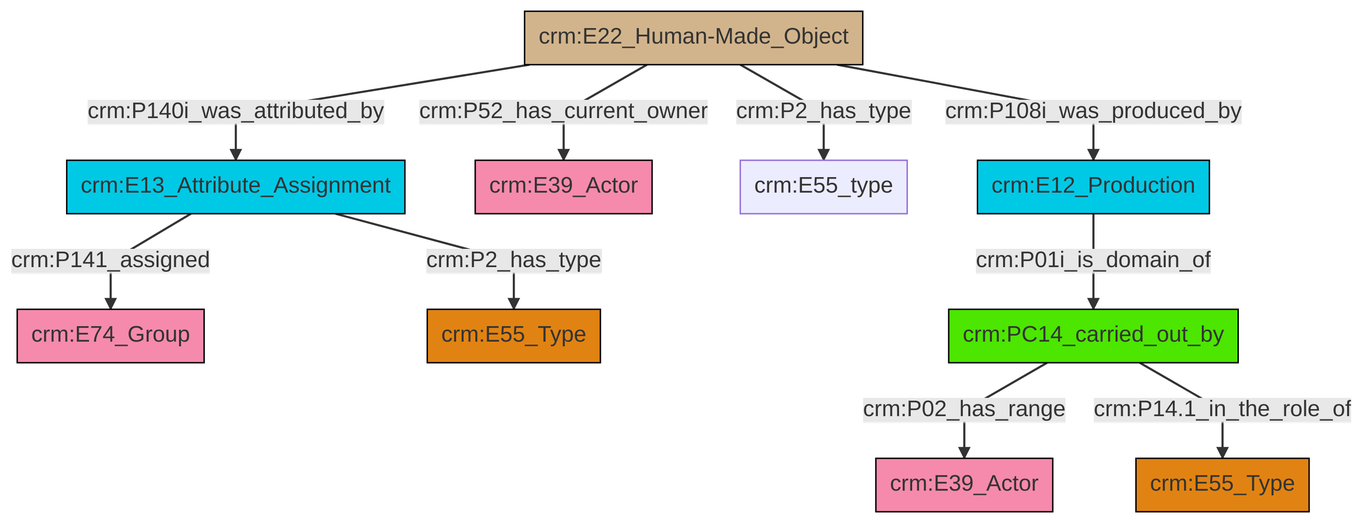
The Mermaid diagram et/builtWorkCSV/ttl/mmd/png/Built_Work_actor_relations.png in swiss-art-research-net/reference-data-models, before a commit. Its source is kept beside it as et/builtWorkCSV/ttl/mmd/Built_Work_actor_relations.ttl.mmd.
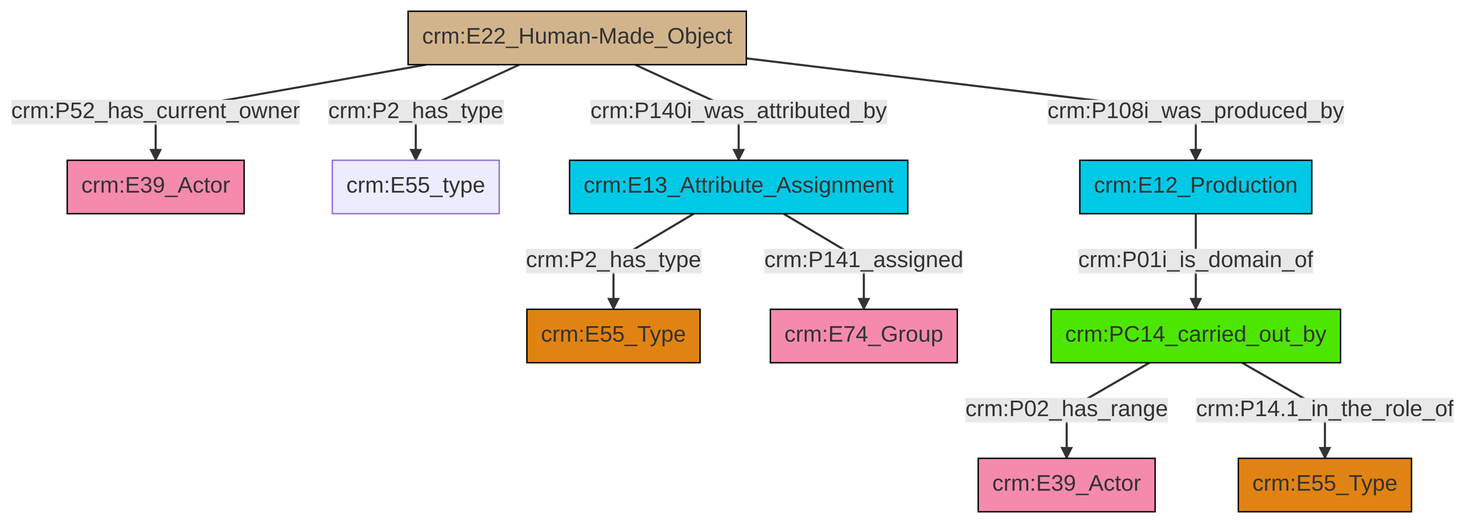
After the commit.

What changed in the source:
```diff
@@ -13,12 +13,12 @@
 classDef PC_Classes fill:#4ce600, stroke:#000000;
 classDef Multi fill:#cccccc,stroke:#000000;
 
-2["crm:E22_Human-Made_Object"]:::Physical_Thing -->|crm:P140i_was_attributed_by| 3["crm:E13_Attribute_Assignment"]:::Temporal_Entity
-4["crm:PC14_carried_out_by"]:::PC_Classes -->|crm:P02_has_range| 5["crm:E39_Actor"]:::Actor
-4["crm:PC14_carried_out_by"]:::PC_Classes -->|crm:P14.1_in_the_role_of| 7["crm:E55_Type"]:::Type
-3["crm:E13_Attribute_Assignment"]:::Temporal_Entity -->|crm:P141_assigned| 12["crm:E74_Group"]:::Actor
-2["crm:E22_Human-Made_Object"]:::Physical_Thing -->|crm:P52_has_current_owner| 14["crm:E39_Actor"]:::Actor
-9["crm:E12_Production"]:::Temporal_Entity -->|crm:P01i_is_domain_of| 4["crm:PC14_carried_out_by"]:::PC_Classes
-3["crm:E13_Attribute_Assignment"]:::Temporal_Entity -->|crm:P2_has_type| 0["crm:E55_Type"]:::Type
-2["crm:E22_Human-Made_Object"]:::Physical_Thing -->|crm:P2_has_type| 17["crm:E55_type"]:::Default
-2["crm:E22_Human-Made_Object"]:::Physical_Thing -->|crm:P108i_was_produced_by| 9["crm:E12_Production"]:::Temporal_Entity
+4["crm:E13_Attribute_Assignment"]:::Temporal_Entity -->|crm:P2_has_type| 6["crm:E55_Type"]:::Type
+7["crm:E22_Human-Made_Object"]:::Physical_Thing -->|crm:P108i_was_produced_by| 15["crm:E12_Production"]:::Temporal_Entity
+7["crm:E22_Human-Made_Object"]:::Physical_Thing -->|crm:P2_has_type| 2["crm:E55_type"]:::Default
+7["crm:E22_Human-Made_Object"]:::Physical_Thing -->|crm:P52_has_current_owner| 0["crm:E39_Actor"]:::Actor
+4["crm:E13_Attribute_Assignment"]:::Temporal_Entity -->|crm:P141_assigned| 11["crm:E74_Group"]:::Actor
+15["crm:E12_Production"]:::Temporal_Entity -->|crm:P01i_is_domain_of| 19["crm:PC14_carried_out_by"]:::PC_Classes
+19["crm:PC14_carried_out_by"]:::PC_Classes -->|crm:P02_has_range| 17["crm:E39_Actor"]:::Actor
+7["crm:E22_Human-Made_Object"]:::Physical_Thing -->|crm:P140i_was_attributed_by| 4["crm:E13_Attribute_Assignment"]:::Temporal_Entity
+19["crm:PC14_carried_out_by"]:::PC_Classes -->|crm:P14.1_in_the_role_of| 13["crm:E55_Type"]:::Type
```
